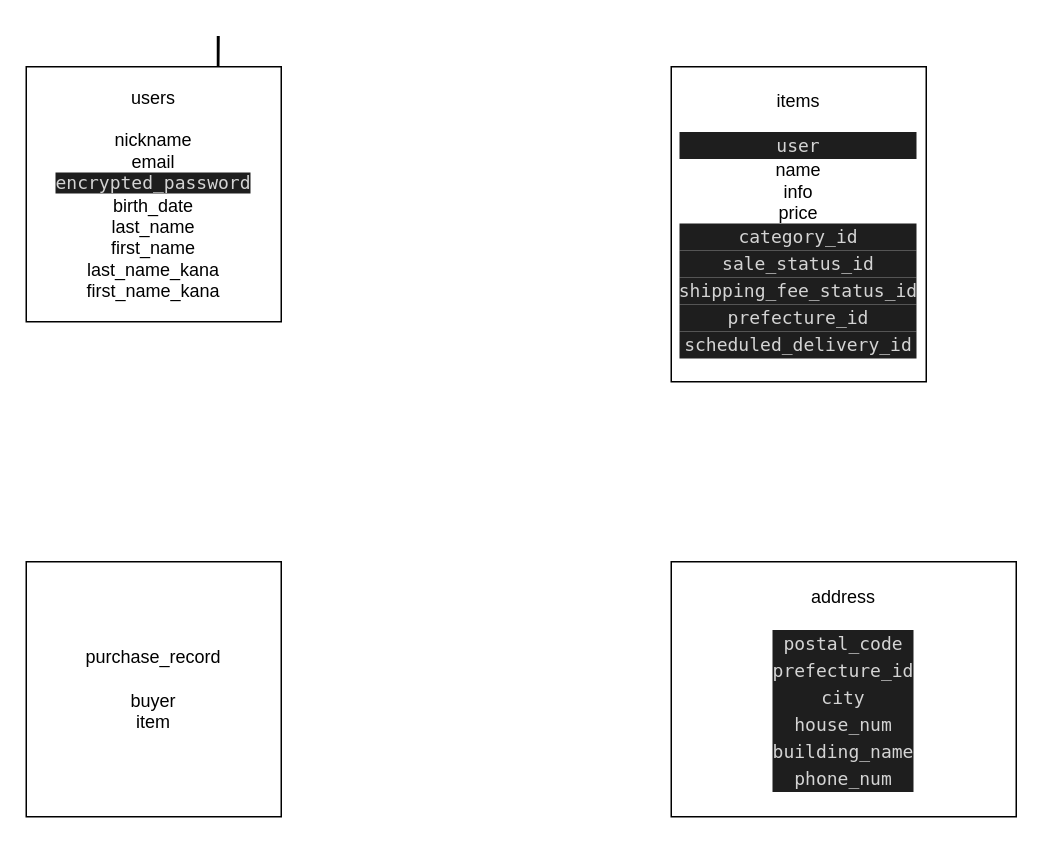
blue-techcamp/furima-33017 keeps this draw.io diagram as er.dio. Above is the earlier version. Source tidied: cells renumbered, new cells numbered last; positions are measured from the earlier drawing's top-left corner, leaving out a move shared by most shapes. Both pictures are drawn from the tidied source at 150%, with x=0, y=0 at pixel (26, 66).
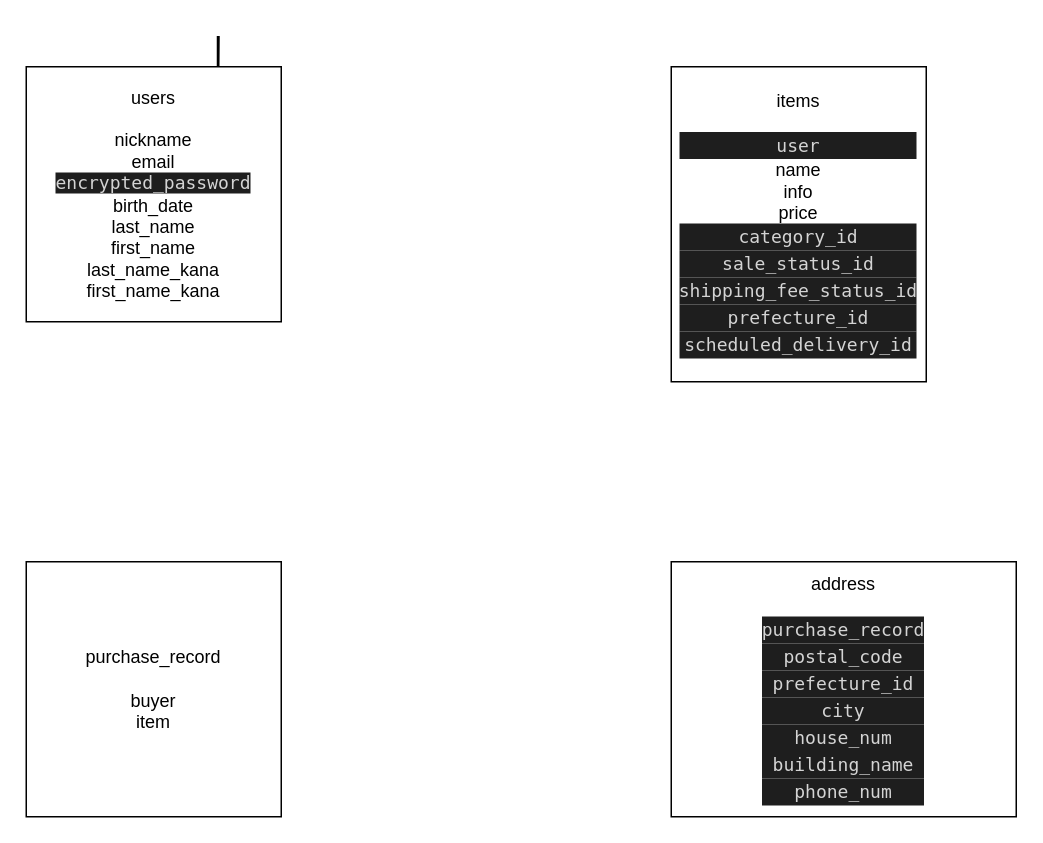
After the change.

Commit message (it also covers changes not shown here):
ER図・README修正4

Change to the diagram source:
```diff
@@
 <mxGraphModel>
   <root>
     <mxCell id="0" />
     <mxCell id="1" parent="0" />
     <mxCell id="2" style="edgeStyle=orthogonalEdgeStyle;rounded=0;jettySize=auto;html=1;exitX=0.75;exitY=0;exitDx=0;exitDy=0;" parent="1" edge="1" source="3">
       <mxGeometry relative="1" as="geometry">
         <mxPoint x="128" y="40" as="targetPoint" />
       </mxGeometry>
     </mxCell>
     <mxCell id="3" value="users&lt;br&gt;&lt;br&gt;nickname&lt;br&gt;email&lt;br&gt;&lt;span style=&quot;background-color: rgb(30 , 30 , 30) ; color: rgb(212 , 212 , 212) ; font-family: &amp;#34;menlo&amp;#34; , &amp;#34;monaco&amp;#34; , &amp;#34;courier new&amp;#34; , monospace&quot;&gt;encrypted_password&lt;br&gt;&lt;/span&gt;birth_date&lt;br&gt;last_name&lt;br&gt;first_name&lt;br&gt;last_name_kana&lt;br&gt;first_name_kana" style="rounded=0;whiteSpace=wrap;html=1;" parent="1" vertex="1">
       <mxGeometry width="170" height="170" as="geometry" />
     </mxCell>
     <mxCell id="4" value="items&lt;br&gt;&lt;br&gt;&lt;div style=&quot;color: rgb(212 , 212 , 212) ; background-color: rgb(30 , 30 , 30) ; font-family: &amp;#34;menlo&amp;#34; , &amp;#34;monaco&amp;#34; , &amp;#34;courier new&amp;#34; , monospace ; line-height: 18px&quot;&gt;user&lt;/div&gt;name&lt;br&gt;info&lt;br&gt;price&lt;br&gt;&lt;div style=&quot;color: rgb(212 , 212 , 212) ; background-color: rgb(30 , 30 , 30) ; font-family: &amp;#34;menlo&amp;#34; , &amp;#34;monaco&amp;#34; , &amp;#34;courier new&amp;#34; , monospace ; line-height: 18px&quot;&gt;category_id&lt;/div&gt;&lt;div style=&quot;color: rgb(212 , 212 , 212) ; background-color: rgb(30 , 30 , 30) ; font-family: &amp;#34;menlo&amp;#34; , &amp;#34;monaco&amp;#34; , &amp;#34;courier new&amp;#34; , monospace ; line-height: 18px&quot;&gt;sale_status_id&lt;/div&gt;&lt;div style=&quot;color: rgb(212 , 212 , 212) ; background-color: rgb(30 , 30 , 30) ; font-family: &amp;#34;menlo&amp;#34; , &amp;#34;monaco&amp;#34; , &amp;#34;courier new&amp;#34; , monospace ; line-height: 18px&quot;&gt;shipping_fee_status_id&lt;/div&gt;&lt;div style=&quot;color: rgb(212 , 212 , 212) ; background-color: rgb(30 , 30 , 30) ; font-family: &amp;#34;menlo&amp;#34; , &amp;#34;monaco&amp;#34; , &amp;#34;courier new&amp;#34; , monospace ; line-height: 18px&quot;&gt;prefecture_id&lt;/div&gt;&lt;div style=&quot;color: rgb(212 , 212 , 212) ; background-color: rgb(30 , 30 , 30) ; font-family: &amp;#34;menlo&amp;#34; , &amp;#34;monaco&amp;#34; , &amp;#34;courier new&amp;#34; , monospace ; line-height: 18px&quot;&gt;scheduled_delivery_id&lt;/div&gt;" style="rounded=0;whiteSpace=wrap;html=1;" parent="1" vertex="1">
       <mxGeometry x="430" width="170" height="210" as="geometry" />
     </mxCell>
-    <mxCell id="5" value="address&lt;br&gt;&lt;br&gt;&lt;div style=&quot;color: rgb(212 , 212 , 212) ; background-color: rgb(30 , 30 , 30) ; font-family: &amp;#34;menlo&amp;#34; , &amp;#34;monaco&amp;#34; , &amp;#34;courier new&amp;#34; , monospace ; line-height: 18px&quot;&gt;postal_code&lt;br&gt;&lt;/div&gt;&lt;div style=&quot;color: rgb(212 , 212 , 212) ; background-color: rgb(30 , 30 , 30) ; font-family: &amp;#34;menlo&amp;#34; , &amp;#34;monaco&amp;#34; , &amp;#34;courier new&amp;#34; , monospace ; line-height: 18px&quot;&gt;&lt;div style=&quot;line-height: 18px&quot;&gt;&lt;div style=&quot;font-family: &amp;#34;menlo&amp;#34; , &amp;#34;monaco&amp;#34; , &amp;#34;courier new&amp;#34; , monospace ; line-height: 18px&quot;&gt;prefecture_id&lt;/div&gt;&lt;/div&gt;&lt;/div&gt;&lt;div style=&quot;color: rgb(212 , 212 , 212) ; background-color: rgb(30 , 30 , 30) ; font-family: &amp;#34;menlo&amp;#34; , &amp;#34;monaco&amp;#34; , &amp;#34;courier new&amp;#34; , monospace ; line-height: 18px&quot;&gt;city&lt;/div&gt;&lt;div style=&quot;color: rgb(212 , 212 , 212) ; background-color: rgb(30 , 30 , 30) ; font-family: &amp;#34;menlo&amp;#34; , &amp;#34;monaco&amp;#34; , &amp;#34;courier new&amp;#34; , monospace ; line-height: 18px&quot;&gt;&lt;div style=&quot;font-family: &amp;#34;menlo&amp;#34; , &amp;#34;monaco&amp;#34; , &amp;#34;courier new&amp;#34; , monospace ; line-height: 18px&quot;&gt;house_num&lt;/div&gt;&lt;div style=&quot;font-family: &amp;#34;menlo&amp;#34; , &amp;#34;monaco&amp;#34; , &amp;#34;courier new&amp;#34; , monospace ; line-height: 18px&quot;&gt;&lt;div style=&quot;font-family: &amp;#34;menlo&amp;#34; , &amp;#34;monaco&amp;#34; , &amp;#34;courier new&amp;#34; , monospace ; line-height: 18px&quot;&gt;building_name&lt;/div&gt;&lt;/div&gt;&lt;/div&gt;&lt;div style=&quot;color: rgb(212 , 212 , 212) ; background-color: rgb(30 , 30 , 30) ; font-family: &amp;#34;menlo&amp;#34; , &amp;#34;monaco&amp;#34; , &amp;#34;courier new&amp;#34; , monospace ; line-height: 18px&quot;&gt;phone_num&lt;/div&gt;" style="rounded=0;whiteSpace=wrap;html=1;" parent="1" vertex="1">
+    <mxCell id="5" value="address&lt;br&gt;&lt;br&gt;&lt;div style=&quot;color: rgb(212 , 212 , 212) ; background-color: rgb(30 , 30 , 30) ; font-family: &amp;#34;menlo&amp;#34; , &amp;#34;monaco&amp;#34; , &amp;#34;courier new&amp;#34; , monospace ; line-height: 18px&quot;&gt;&lt;div style=&quot;font-family: &amp;#34;menlo&amp;#34; , &amp;#34;monaco&amp;#34; , &amp;#34;courier new&amp;#34; , monospace ; line-height: 18px&quot;&gt;purchase_record&lt;/div&gt;&lt;/div&gt;&lt;div style=&quot;color: rgb(212 , 212 , 212) ; background-color: rgb(30 , 30 , 30) ; font-family: &amp;#34;menlo&amp;#34; , &amp;#34;monaco&amp;#34; , &amp;#34;courier new&amp;#34; , monospace ; line-height: 18px&quot;&gt;postal_code&lt;br&gt;&lt;/div&gt;&lt;div style=&quot;color: rgb(212 , 212 , 212) ; background-color: rgb(30 , 30 , 30) ; font-family: &amp;#34;menlo&amp;#34; , &amp;#34;monaco&amp;#34; , &amp;#34;courier new&amp;#34; , monospace ; line-height: 18px&quot;&gt;&lt;div style=&quot;line-height: 18px&quot;&gt;&lt;div style=&quot;font-family: &amp;#34;menlo&amp;#34; , &amp;#34;monaco&amp;#34; , &amp;#34;courier new&amp;#34; , monospace ; line-height: 18px&quot;&gt;prefecture_id&lt;/div&gt;&lt;/div&gt;&lt;/div&gt;&lt;div style=&quot;color: rgb(212 , 212 , 212) ; background-color: rgb(30 , 30 , 30) ; font-family: &amp;#34;menlo&amp;#34; , &amp;#34;monaco&amp;#34; , &amp;#34;courier new&amp;#34; , monospace ; line-height: 18px&quot;&gt;city&lt;/div&gt;&lt;div style=&quot;color: rgb(212 , 212 , 212) ; background-color: rgb(30 , 30 , 30) ; font-family: &amp;#34;menlo&amp;#34; , &amp;#34;monaco&amp;#34; , &amp;#34;courier new&amp;#34; , monospace ; line-height: 18px&quot;&gt;&lt;div style=&quot;font-family: &amp;#34;menlo&amp;#34; , &amp;#34;monaco&amp;#34; , &amp;#34;courier new&amp;#34; , monospace ; line-height: 18px&quot;&gt;house_num&lt;/div&gt;&lt;div style=&quot;font-family: &amp;#34;menlo&amp;#34; , &amp;#34;monaco&amp;#34; , &amp;#34;courier new&amp;#34; , monospace ; line-height: 18px&quot;&gt;&lt;div style=&quot;font-family: &amp;#34;menlo&amp;#34; , &amp;#34;monaco&amp;#34; , &amp;#34;courier new&amp;#34; , monospace ; line-height: 18px&quot;&gt;building_name&lt;/div&gt;&lt;/div&gt;&lt;/div&gt;&lt;div style=&quot;color: rgb(212 , 212 , 212) ; background-color: rgb(30 , 30 , 30) ; font-family: &amp;#34;menlo&amp;#34; , &amp;#34;monaco&amp;#34; , &amp;#34;courier new&amp;#34; , monospace ; line-height: 18px&quot;&gt;phone_num&lt;/div&gt;" style="rounded=0;whiteSpace=wrap;html=1;" parent="1" vertex="1">
       <mxGeometry x="430" y="330" width="230" height="170" as="geometry" />
     </mxCell>
     <mxCell id="6" value="purchase_record&lt;br&gt;&lt;br&gt;buyer&lt;br&gt;item" style="rounded=0;whiteSpace=wrap;html=1;" parent="1" vertex="1">
       <mxGeometry y="330" width="170" height="170" as="geometry" />
     </mxCell>
   </root>
 </mxGraphModel>
```
